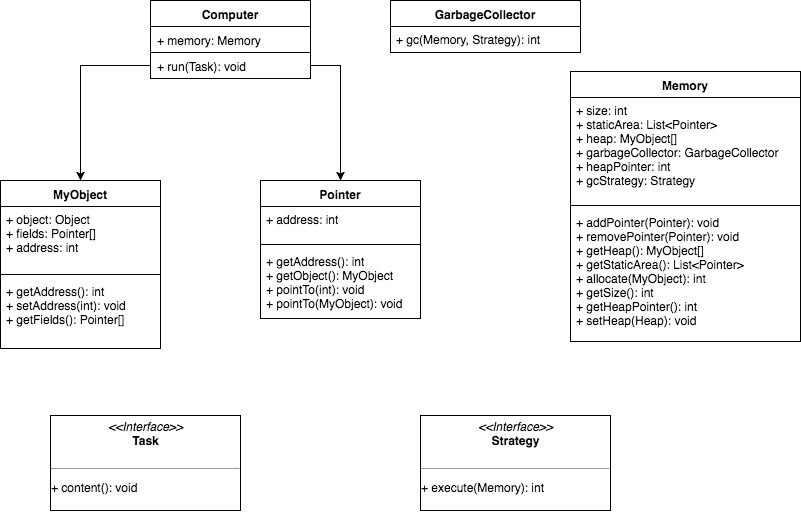
This is img/uml1.png from f-suzuki1231/Garbage-Collection-Simulator, a draw.io export, as it was before one commit. Source tidied: cells renumbered, new cells last; positions are measured from the earlier drawing's top-left corner, leaving out a move shared by most shapes. Its diagram source:
```xml
<mxGraphModel background="#ffffff">
  <root>
    <mxCell id="0" />
    <mxCell id="1" parent="0" />
    <mxCell id="2" value="Computer" style="swimlane;fontStyle=1;align=center;verticalAlign=top;horizontal=1;startSize=26;swimlaneFillColor=#ffffff;fillColor=#ffffff;strokeColor=#000000;" parent="1" vertex="1">
      <mxGeometry x="150" width="160" height="78" as="geometry" />
    </mxCell>
    <mxCell id="3" value="+ memory: Memory" style="text;strokeColor=#000000;fillColor=#ffffff;align=left;verticalAlign=top;spacingLeft=4;spacingRight=4;overflow=hidden;" parent="2" vertex="1">
      <mxGeometry y="26" width="160" height="26" as="geometry" />
    </mxCell>
    <mxCell id="4" value="+ run(Task): void" style="text;strokeColor=#000000;fillColor=#ffffff;align=left;verticalAlign=top;spacingLeft=4;spacingRight=4;overflow=hidden;points=[[0,0.5],[1,0.5]];portConstraint=eastwest;" parent="2" vertex="1">
      <mxGeometry y="52" width="160" height="26" as="geometry" />
    </mxCell>
    <mxCell id="5" value="Memory" style="swimlane;fontStyle=1;align=center;verticalAlign=top;horizontal=1;startSize=26;swimlaneFillColor=#ffffff;" parent="1" vertex="1">
      <mxGeometry x="570" y="71" width="230" height="270" as="geometry" />
    </mxCell>
    <mxCell id="6" value="+ size: int&#10;+ staticArea: List&lt;Pointer&gt;&#10;+ heap: MyObject[]&#10;+ garbageCollector: GarbageCollector&#10;+ heapPointer: int&#10;+ gcStrategy: Strategy&#10;" style="text;strokeColor=none;fillColor=none;align=left;verticalAlign=top;spacingLeft=4;spacingRight=4;overflow=hidden;" parent="5" vertex="1">
      <mxGeometry y="26" width="230" height="104" as="geometry" />
    </mxCell>
    <mxCell id="7" style="line;strokeWidth=1;fillColor=none;align=left;verticalAlign=middle;spacingTop=-1;spacingLeft=3;spacingRight=3;labelPosition=right;" parent="5" vertex="1">
      <mxGeometry y="130" width="230" height="8" as="geometry" />
    </mxCell>
    <mxCell id="8" value="+ addPointer(Pointer): void&#10;+ removePointer(Pointer): void&#10;+ getHeap(): MyObject[]&#10;+ getStaticArea(): List&lt;Pointer&gt;&#10;+ allocate(MyObject): int&#10;+ getSize(): int&#10;+ getHeapPointer(): int&#10;+ setHeap(Heap): void" style="text;strokeColor=none;fillColor=none;align=left;verticalAlign=top;spacingLeft=4;spacingRight=4;overflow=hidden;" parent="5" vertex="1">
      <mxGeometry y="138" width="230" height="132" as="geometry" />
    </mxCell>
    <mxCell id="9" value="MyObject" style="swimlane;fontStyle=1;align=center;verticalAlign=top;horizontal=1;startSize=26;swimlaneFillColor=#ffffff;" parent="1" vertex="1">
      <mxGeometry y="180" width="160" height="168" as="geometry" />
    </mxCell>
    <mxCell id="10" value="+ object: Object&#10;+ fields: Pointer[]&#10;+ address: int" style="text;strokeColor=none;fillColor=none;align=left;verticalAlign=top;spacingLeft=4;spacingRight=4;overflow=hidden;" parent="9" vertex="1">
      <mxGeometry y="26" width="160" height="64" as="geometry" />
    </mxCell>
    <mxCell id="11" style="line;strokeWidth=1;fillColor=none;align=left;verticalAlign=middle;spacingTop=-1;spacingLeft=3;spacingRight=3;labelPosition=right;" parent="9" vertex="1">
      <mxGeometry y="90" width="160" height="8" as="geometry" />
    </mxCell>
    <mxCell id="12" value="+ getAddress(): int&#10;+ setAddress(int): void&#10;+ getFields(): Pointer[]" style="text;strokeColor=none;fillColor=none;align=left;verticalAlign=top;spacingLeft=4;spacingRight=4;overflow=hidden;" parent="9" vertex="1">
      <mxGeometry y="98" width="160" height="70" as="geometry" />
    </mxCell>
    <mxCell id="13" style="edgeStyle=orthogonalEdgeStyle;rounded=0;html=1;exitX=0;exitY=0.5;entryX=0.5;entryY=0;jettySize=auto;" parent="1" edge="1" source="4" target="9">
      <mxGeometry relative="1" as="geometry" />
    </mxCell>
    <mxCell id="14" value="Pointer" style="swimlane;fontStyle=1;align=center;verticalAlign=top;horizontal=1;startSize=26;swimlaneFillColor=#ffffff;" parent="1" vertex="1">
      <mxGeometry x="260" y="180" width="160" height="138" as="geometry" />
    </mxCell>
    <mxCell id="15" value="+ address: int" style="text;strokeColor=none;fillColor=none;align=left;verticalAlign=top;spacingLeft=4;spacingRight=4;overflow=hidden;" parent="14" vertex="1">
      <mxGeometry y="26" width="160" height="34" as="geometry" />
    </mxCell>
    <mxCell id="16" style="line;strokeWidth=1;fillColor=none;align=left;verticalAlign=middle;spacingTop=-1;spacingLeft=3;spacingRight=3;labelPosition=right;" parent="14" vertex="1">
      <mxGeometry y="60" width="160" height="8" as="geometry" />
    </mxCell>
    <mxCell id="17" value="+ getAddress(): int&#10;+ getObject(): MyObject&#10;+ pointTo(int): void&#10;+ pointTo(MyObject): void" style="text;strokeColor=none;fillColor=none;align=left;verticalAlign=top;spacingLeft=4;spacingRight=4;overflow=hidden;" parent="14" vertex="1">
      <mxGeometry y="68" width="160" height="70" as="geometry" />
    </mxCell>
    <mxCell id="18" style="edgeStyle=orthogonalEdgeStyle;rounded=0;html=1;exitX=1;exitY=0.5;jettySize=auto;" parent="1" edge="1" source="4" target="14">
      <mxGeometry relative="1" as="geometry" />
    </mxCell>
    <mxCell id="19" value="&lt;p style=&quot;margin: 0px ; margin-top: 4px ; text-align: center&quot;&gt;&lt;i&gt;&amp;lt;&amp;lt;Interface&amp;gt;&amp;gt;&lt;/i&gt;&lt;br&gt;&lt;b&gt;Strategy&lt;/b&gt;&lt;/p&gt;&lt;p style=&quot;margin: 0px ; margin-left: 4px&quot;&gt;&lt;br&gt;&lt;/p&gt;&lt;hr size=&quot;1&quot;&gt;&lt;p&gt;+&amp;nbsp;&lt;span&gt;execute&lt;/span&gt;&lt;span&gt;(Memory): int&lt;/span&gt;&lt;/p&gt;" style="verticalAlign=top;align=left;overflow=fill;fontSize=12;fontFamily=Helvetica;html=1;" parent="1" vertex="1">
      <mxGeometry x="420" y="415" width="190" height="95" as="geometry" />
    </mxCell>
    <mxCell id="20" style="edgeStyle=orthogonalEdgeStyle;rounded=0;html=1;exitX=0.5;exitY=1;jettySize=auto;orthogonalLoop=1;" parent="1" edge="1" source="19" target="19">
      <mxGeometry relative="1" as="geometry" />
    </mxCell>
    <mxCell id="21" style="edgeStyle=orthogonalEdgeStyle;rounded=0;html=1;exitX=0.5;exitY=1;jettySize=auto;orthogonalLoop=1;" parent="1" edge="1" source="19" target="19">
      <mxGeometry relative="1" as="geometry" />
    </mxCell>
    <mxCell id="22" value="&lt;p style=&quot;margin: 0px ; margin-top: 4px ; text-align: center&quot;&gt;&lt;i&gt;&amp;lt;&amp;lt;Interface&amp;gt;&amp;gt;&lt;/i&gt;&lt;br&gt;&lt;b&gt;Task&lt;/b&gt;&lt;/p&gt;&lt;p style=&quot;margin: 0px ; margin-left: 4px&quot;&gt;&lt;br&gt;&lt;/p&gt;&lt;hr size=&quot;1&quot;&gt;&lt;p&gt;+&amp;nbsp;&lt;span&gt;content&lt;/span&gt;&lt;span&gt;(): void&lt;/span&gt;&lt;/p&gt;" style="verticalAlign=top;align=left;overflow=fill;fontSize=12;fontFamily=Helvetica;html=1;" parent="1" vertex="1">
      <mxGeometry x="50" y="415" width="190" height="95" as="geometry" />
    </mxCell>
    <mxCell id="23" style="edgeStyle=orthogonalEdgeStyle;rounded=0;html=1;exitX=0.5;exitY=1;jettySize=auto;orthogonalLoop=1;" parent="1" edge="1" source="22" target="22">
      <mxGeometry relative="1" as="geometry" />
    </mxCell>
    <mxCell id="24" style="edgeStyle=orthogonalEdgeStyle;rounded=0;html=1;exitX=0.5;exitY=1;jettySize=auto;orthogonalLoop=1;" parent="1" edge="1" source="22" target="22">
      <mxGeometry relative="1" as="geometry" />
    </mxCell>
    <mxCell id="25" value="GarbageCollector" style="swimlane;fontStyle=1;align=center;verticalAlign=top;horizontal=1;startSize=26;swimlaneFillColor=#ffffff;" parent="1" vertex="1">
      <mxGeometry x="390" width="190" height="52" as="geometry" />
    </mxCell>
    <mxCell id="26" value="+ gc(Memory, Strategy): int&#10;" style="text;strokeColor=none;fillColor=none;align=left;verticalAlign=top;spacingLeft=4;spacingRight=4;overflow=hidden;" parent="25" vertex="1">
      <mxGeometry y="26" width="190" height="26" as="geometry" />
    </mxCell>
  </root>
</mxGraphModel>
```
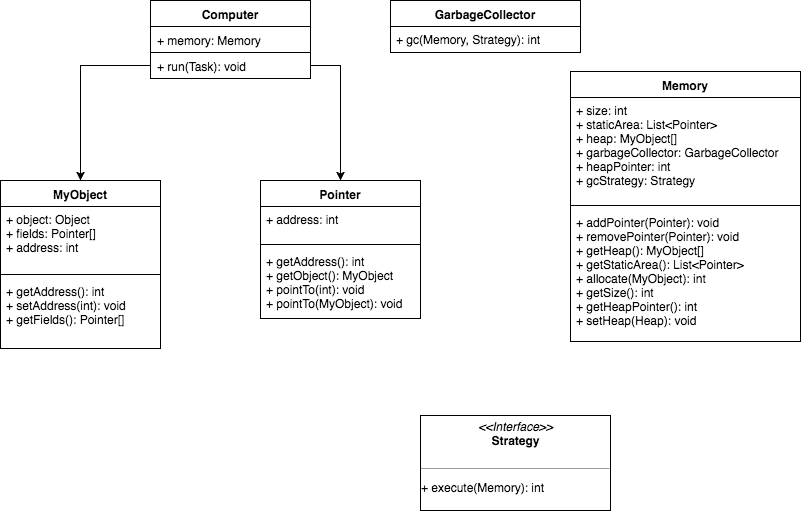
After the commit.

What changed in the source:
```diff
@@ -62,14 +62,17 @@
     <mxCell id="21" style="edgeStyle=orthogonalEdgeStyle;rounded=0;html=1;exitX=0.5;exitY=1;jettySize=auto;orthogonalLoop=1;" parent="1" edge="1" source="19" target="19">
       <mxGeometry relative="1" as="geometry" />
     </mxCell>
-    <mxCell id="22" value="&lt;p style=&quot;margin: 0px ; margin-top: 4px ; text-align: center&quot;&gt;&lt;i&gt;&amp;lt;&amp;lt;Interface&amp;gt;&amp;gt;&lt;/i&gt;&lt;br&gt;&lt;b&gt;Task&lt;/b&gt;&lt;/p&gt;&lt;p style=&quot;margin: 0px ; margin-left: 4px&quot;&gt;&lt;br&gt;&lt;/p&gt;&lt;hr size=&quot;1&quot;&gt;&lt;p&gt;+&amp;nbsp;&lt;span&gt;content&lt;/span&gt;&lt;span&gt;(): void&lt;/span&gt;&lt;/p&gt;" style="verticalAlign=top;align=left;overflow=fill;fontSize=12;fontFamily=Helvetica;html=1;" parent="1" vertex="1">
-      <mxGeometry x="50" y="415" width="190" height="95" as="geometry" />
-    </mxCell>
-    <mxCell id="23" style="edgeStyle=orthogonalEdgeStyle;rounded=0;html=1;exitX=0.5;exitY=1;jettySize=auto;orthogonalLoop=1;" parent="1" edge="1" source="22" target="22">
-      <mxGeometry relative="1" as="geometry" />
+    <mxCell id="23" style="edgeStyle=orthogonalEdgeStyle;rounded=0;html=1;exitX=0.5;exitY=1;jettySize=auto;orthogonalLoop=1;" parent="1" edge="1">
+      <mxGeometry relative="1" as="geometry">
+        <mxPoint x="145" y="510" as="sourcePoint" />
+        <mxPoint x="145" y="510" as="targetPoint" />
+      </mxGeometry>
     </mxCell>
-    <mxCell id="24" style="edgeStyle=orthogonalEdgeStyle;rounded=0;html=1;exitX=0.5;exitY=1;jettySize=auto;orthogonalLoop=1;" parent="1" edge="1" source="22" target="22">
-      <mxGeometry relative="1" as="geometry" />
+    <mxCell id="24" style="edgeStyle=orthogonalEdgeStyle;rounded=0;html=1;exitX=0.5;exitY=1;jettySize=auto;orthogonalLoop=1;" parent="1" edge="1">
+      <mxGeometry relative="1" as="geometry">
+        <mxPoint x="145" y="510" as="sourcePoint" />
+        <mxPoint x="145" y="510" as="targetPoint" />
+      </mxGeometry>
     </mxCell>
     <mxCell id="25" value="GarbageCollector" style="swimlane;fontStyle=1;align=center;verticalAlign=top;horizontal=1;startSize=26;swimlaneFillColor=#ffffff;" parent="1" vertex="1">
       <mxGeometry x="390" width="190" height="52" as="geometry" />
```
